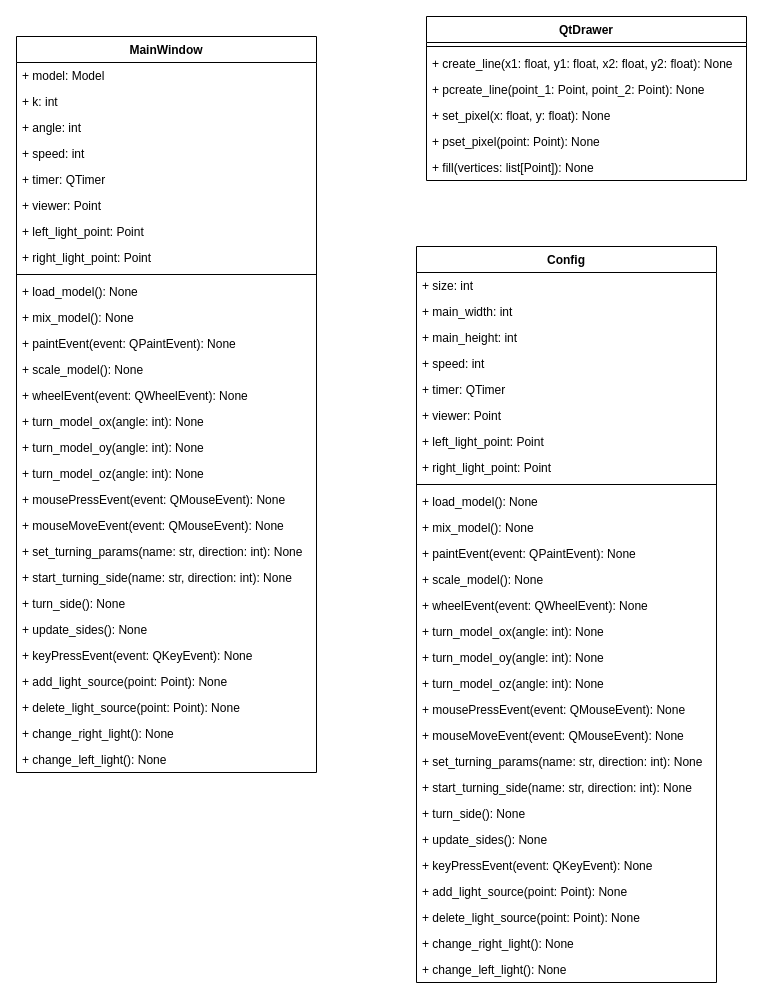
The draw.io diagram inc/course_project.drawio in ilyasssklimov/bmstu_CourseProjectCG, before the edit. Source tidied: cells renumbered, new cells numbered last; positions are measured from the earlier drawing's top-left corner, leaving out a move shared by most shapes. Both pictures are drawn from the tidied source at 100%, with x=0, y=0 at pixel (16, 16).
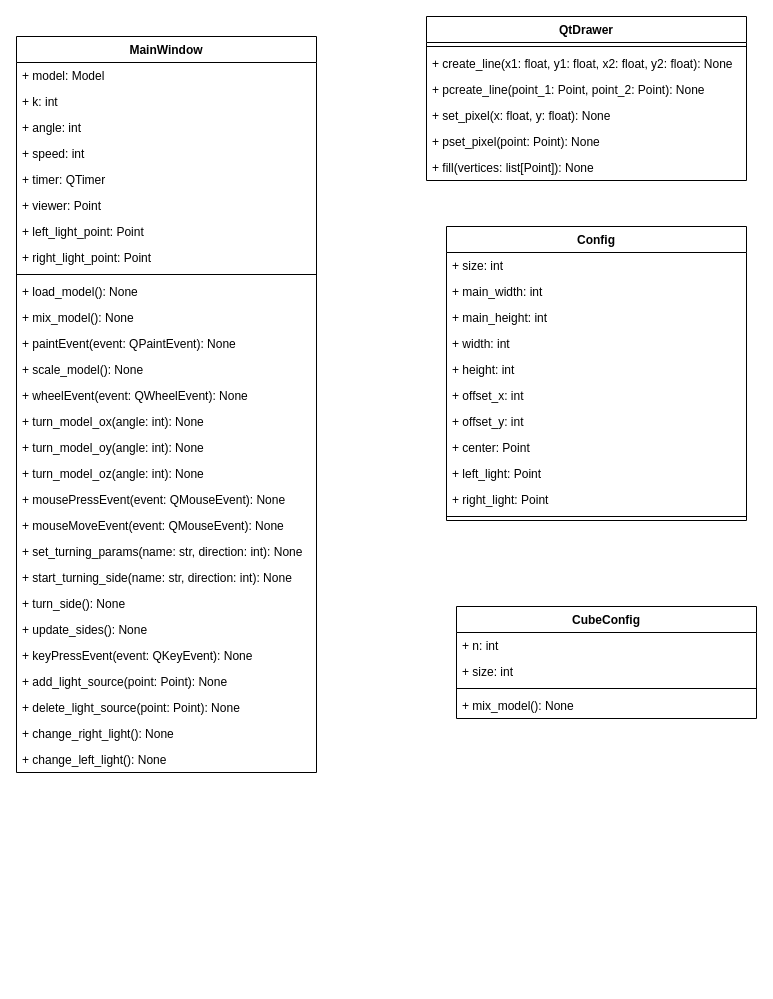
After the change.

Commit message:
add config class

Diff of the diagram source:
```diff
@@
     <mxCell id="38" value="Config" style="swimlane;fontStyle=1;align=center;verticalAlign=top;horizontal=1;startSize=26;" parent="1" vertex="1">
-      <mxGeometry x="400" y="230" width="300" height="736" as="geometry" />
+      <mxGeometry x="430" y="210" width="300" height="294" as="geometry" />
     </mxCell>
@@
-    <mxCell id="42" value="+ speed: int" style="text;strokeColor=none;fillColor=none;align=left;verticalAlign=top;spacingLeft=4;spacingRight=4;overflow=hidden;" parent="38" vertex="1">
-      <mxGeometry y="104" width="300" height="26" as="geometry" />
-    </mxCell>
-    <mxCell id="43" value="+ timer: QTimer" style="text;strokeColor=none;fillColor=none;align=left;verticalAlign=top;spacingLeft=4;spacingRight=4;overflow=hidden;" parent="38" vertex="1">
-      <mxGeometry y="130" width="300" height="26" as="geometry" />
-    </mxCell>
-    <mxCell id="44" value="+ viewer: Point" style="text;strokeColor=none;fillColor=none;align=left;verticalAlign=top;spacingLeft=4;spacingRight=4;overflow=hidden;" parent="38" vertex="1">
-      <mxGeometry y="156" width="300" height="26" as="geometry" />
-    </mxCell>
-    <mxCell id="45" value="+ left_light_point: Point" style="text;strokeColor=none;fillColor=none;align=left;verticalAlign=top;spacingLeft=4;spacingRight=4;overflow=hidden;" parent="38" vertex="1">
-      <mxGeometry y="182" width="300" height="26" as="geometry" />
-    </mxCell>
-    <mxCell id="46" value="+ right_light_point: Point" style="text;strokeColor=none;fillColor=none;align=left;verticalAlign=top;spacingLeft=4;spacingRight=4;overflow=hidden;" parent="38" vertex="1">
-      <mxGeometry y="208" width="300" height="26" as="geometry" />
-    </mxCell>
+    <mxCell id="67" value="+ width: int" style="text;strokeColor=none;fillColor=none;align=left;verticalAlign=top;spacingLeft=4;spacingRight=4;overflow=hidden;" parent="38" vertex="1">
+      <mxGeometry y="104" width="300" height="26" as="geometry" />
+    </mxCell>
+    <mxCell id="68" value="+ height: int" style="text;strokeColor=none;fillColor=none;align=left;verticalAlign=top;spacingLeft=4;spacingRight=4;overflow=hidden;" parent="38" vertex="1">
+      <mxGeometry y="130" width="300" height="26" as="geometry" />
+    </mxCell>
+    <mxCell id="69" value="+ offset_x: int" style="text;strokeColor=none;fillColor=none;align=left;verticalAlign=top;spacingLeft=4;spacingRight=4;overflow=hidden;" parent="38" vertex="1">
+      <mxGeometry y="156" width="300" height="26" as="geometry" />
+    </mxCell>
+    <mxCell id="70" value="+ offset_y: int" style="text;strokeColor=none;fillColor=none;align=left;verticalAlign=top;spacingLeft=4;spacingRight=4;overflow=hidden;" parent="38" vertex="1">
+      <mxGeometry y="182" width="300" height="26" as="geometry" />
+    </mxCell>
+    <mxCell id="71" value="+ center: Point" style="text;strokeColor=none;fillColor=none;align=left;verticalAlign=top;spacingLeft=4;spacingRight=4;overflow=hidden;" parent="38" vertex="1">
+      <mxGeometry y="208" width="300" height="26" as="geometry" />
+    </mxCell>
+    <mxCell id="72" value="+ left_light: Point" style="text;strokeColor=none;fillColor=none;align=left;verticalAlign=top;spacingLeft=4;spacingRight=4;overflow=hidden;" parent="38" vertex="1">
+      <mxGeometry y="234" width="300" height="26" as="geometry" />
+    </mxCell>
+    <mxCell id="73" value="+ right_light: Point" style="text;strokeColor=none;fillColor=none;align=left;verticalAlign=top;spacingLeft=4;spacingRight=4;overflow=hidden;" parent="38" vertex="1">
+      <mxGeometry y="260" width="300" height="26" as="geometry" />
+    </mxCell>
     <mxCell id="47" style="line;strokeWidth=1;fillColor=none;align=left;verticalAlign=middle;spacingTop=-1;spacingLeft=3;spacingRight=3;labelPosition=right;" parent="38" vertex="1">
-      <mxGeometry y="234" width="300" height="8" as="geometry" />
+      <mxGeometry y="286" width="300" height="8" as="geometry" />
     </mxCell>
-    <mxCell id="48" value="+ load_model(): None " style="text;strokeColor=none;fillColor=none;align=left;verticalAlign=top;spacingLeft=4;spacingRight=4;overflow=hidden;" parent="38" vertex="1">
-      <mxGeometry y="242" width="300" height="26" as="geometry" />
-    </mxCell>
+    <mxCell id="74" value="CubeConfig" style="swimlane;fontStyle=1;align=center;verticalAlign=top;horizontal=1;startSize=26;" parent="1" vertex="1">
+      <mxGeometry x="440" y="590" width="300" height="112" as="geometry" />
+    </mxCell>
+    <mxCell id="75" value="+ n: int" style="text;strokeColor=none;fillColor=none;align=left;verticalAlign=top;spacingLeft=4;spacingRight=4;overflow=hidden;" parent="74" vertex="1">
+      <mxGeometry y="26" width="300" height="26" as="geometry" />
+    </mxCell>
+    <mxCell id="76" value="+ size: int" style="text;strokeColor=none;fillColor=none;align=left;verticalAlign=top;spacingLeft=4;spacingRight=4;overflow=hidden;" parent="74" vertex="1">
+      <mxGeometry y="52" width="300" height="26" as="geometry" />
+    </mxCell>
+    <mxCell id="77" style="line;strokeWidth=1;fillColor=none;align=left;verticalAlign=middle;spacingTop=-1;spacingLeft=3;spacingRight=3;labelPosition=right;" parent="74" vertex="1">
+      <mxGeometry y="78" width="300" height="8" as="geometry" />
+    </mxCell>
-    <mxCell id="49" value="+ mix_model(): None " style="text;strokeColor=none;fillColor=none;align=left;verticalAlign=top;spacingLeft=4;spacingRight=4;overflow=hidden;" parent="38" vertex="1">
-      <mxGeometry y="268" width="300" height="26" as="geometry" />
+    <mxCell id="49" value="+ mix_model(): None " style="text;strokeColor=none;fillColor=none;align=left;verticalAlign=top;spacingLeft=4;spacingRight=4;overflow=hidden;" parent="74" vertex="1">
+      <mxGeometry y="86" width="300" height="26" as="geometry" />
     </mxCell>
-    <mxCell id="50" value="+ paintEvent(event: QPaintEvent): None " style="text;strokeColor=none;fillColor=none;align=left;verticalAlign=top;spacingLeft=4;spacingRight=4;overflow=hidden;" parent="38" vertex="1">
-      <mxGeometry y="294" width="300" height="26" as="geometry" />
-    </mxCell>
-    <mxCell id="51" value="+ scale_model(): None " style="text;strokeColor=none;fillColor=none;align=left;verticalAlign=top;spacingLeft=4;spacingRight=4;overflow=hidden;" parent="38" vertex="1">
-      <mxGeometry y="320" width="300" height="26" as="geometry" />
-    </mxCell>
-    <mxCell id="52" value="+ wheelEvent(event: QWheelEvent): None " style="text;strokeColor=none;fillColor=none;align=left;verticalAlign=top;spacingLeft=4;spacingRight=4;overflow=hidden;" parent="38" vertex="1">
-      <mxGeometry y="346" width="300" height="26" as="geometry" />
-    </mxCell>
-    <mxCell id="53" value="+ turn_model_ox(angle: int): None " style="text;strokeColor=none;fillColor=none;align=left;verticalAlign=top;spacingLeft=4;spacingRight=4;overflow=hidden;" parent="38" vertex="1">
-      <mxGeometry y="372" width="300" height="26" as="geometry" />
-    </mxCell>
-    <mxCell id="54" value="+ turn_model_oy(angle: int): None " style="text;strokeColor=none;fillColor=none;align=left;verticalAlign=top;spacingLeft=4;spacingRight=4;overflow=hidden;" parent="38" vertex="1">
-      <mxGeometry y="398" width="300" height="26" as="geometry" />
-    </mxCell>
-    <mxCell id="55" value="+ turn_model_oz(angle: int): None " style="text;strokeColor=none;fillColor=none;align=left;verticalAlign=top;spacingLeft=4;spacingRight=4;overflow=hidden;" parent="38" vertex="1">
-      <mxGeometry y="424" width="300" height="26" as="geometry" />
-    </mxCell>
-    <mxCell id="56" value="+ mousePressEvent(event: QMouseEvent): None " style="text;strokeColor=none;fillColor=none;align=left;verticalAlign=top;spacingLeft=4;spacingRight=4;overflow=hidden;" parent="38" vertex="1">
-      <mxGeometry y="450" width="300" height="26" as="geometry" />
-    </mxCell>
-    <mxCell id="57" value="+ mouseMoveEvent(event: QMouseEvent): None " style="text;strokeColor=none;fillColor=none;align=left;verticalAlign=top;spacingLeft=4;spacingRight=4;overflow=hidden;" parent="38" vertex="1">
-      <mxGeometry y="476" width="300" height="26" as="geometry" />
-    </mxCell>
-    <mxCell id="58" value="+ set_turning_params(name: str, direction: int): None " style="text;strokeColor=none;fillColor=none;align=left;verticalAlign=top;spacingLeft=4;spacingRight=4;overflow=hidden;" parent="38" vertex="1">
-      <mxGeometry y="502" width="300" height="26" as="geometry" />
-    </mxCell>
-    <mxCell id="59" value="+ start_turning_side(name: str, direction: int): None " style="text;strokeColor=none;fillColor=none;align=left;verticalAlign=top;spacingLeft=4;spacingRight=4;overflow=hidden;" parent="38" vertex="1">
-      <mxGeometry y="528" width="300" height="26" as="geometry" />
-    </mxCell>
-    <mxCell id="60" value="+ turn_side(): None " style="text;strokeColor=none;fillColor=none;align=left;verticalAlign=top;spacingLeft=4;spacingRight=4;overflow=hidden;" parent="38" vertex="1">
-      <mxGeometry y="554" width="300" height="26" as="geometry" />
-    </mxCell>
-    <mxCell id="61" value="+ update_sides(): None " style="text;strokeColor=none;fillColor=none;align=left;verticalAlign=top;spacingLeft=4;spacingRight=4;overflow=hidden;" parent="38" vertex="1">
-      <mxGeometry y="580" width="300" height="26" as="geometry" />
-    </mxCell>
-    <mxCell id="62" value="+ keyPressEvent(event: QKeyEvent): None " style="text;strokeColor=none;fillColor=none;align=left;verticalAlign=top;spacingLeft=4;spacingRight=4;overflow=hidden;" parent="38" vertex="1">
-      <mxGeometry y="606" width="300" height="26" as="geometry" />
-    </mxCell>
-    <mxCell id="63" value="+ add_light_source(point: Point): None " style="text;strokeColor=none;fillColor=none;align=left;verticalAlign=top;spacingLeft=4;spacingRight=4;overflow=hidden;" parent="38" vertex="1">
-      <mxGeometry y="632" width="300" height="26" as="geometry" />
-    </mxCell>
-    <mxCell id="64" value="+ delete_light_source(point: Point): None " style="text;strokeColor=none;fillColor=none;align=left;verticalAlign=top;spacingLeft=4;spacingRight=4;overflow=hidden;" parent="38" vertex="1">
-      <mxGeometry y="658" width="300" height="26" as="geometry" />
-    </mxCell>
-    <mxCell id="65" value="+ change_right_light(): None " style="text;strokeColor=none;fillColor=none;align=left;verticalAlign=top;spacingLeft=4;spacingRight=4;overflow=hidden;" parent="38" vertex="1">
-      <mxGeometry y="684" width="300" height="26" as="geometry" />
-    </mxCell>
-    <mxCell id="66" value="+ change_left_light(): None " style="text;strokeColor=none;fillColor=none;align=left;verticalAlign=top;spacingLeft=4;spacingRight=4;overflow=hidden;" parent="38" vertex="1">
-      <mxGeometry y="710" width="300" height="26" as="geometry" />
-    </mxCell>
```
